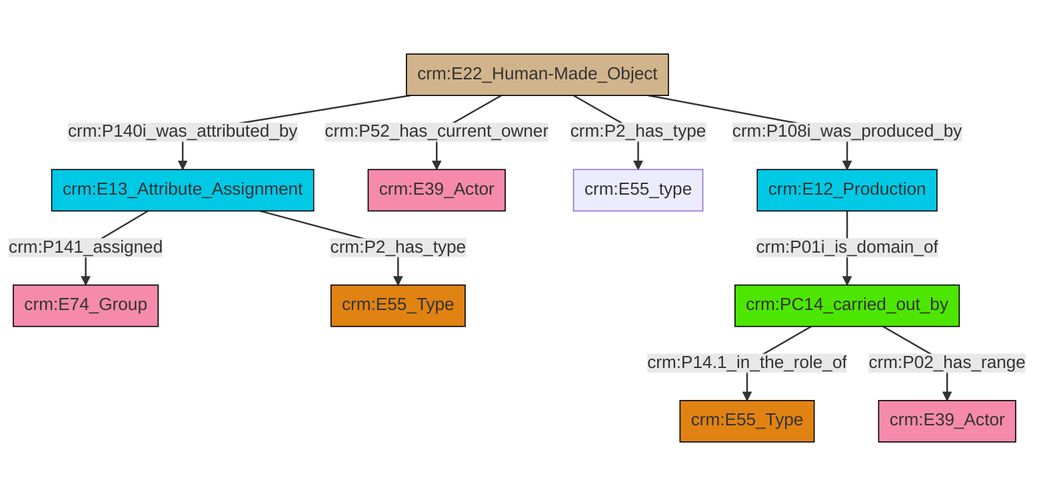
ncarboni/srdm keeps this Mermaid diagram as et/builtWorkCSV/ttl/mmd/png/Built_Work_actor_relations.png. Above is the earlier version. Its source is kept beside it as et/builtWorkCSV/ttl/mmd/Built_Work_actor_relations.ttl.mmd.
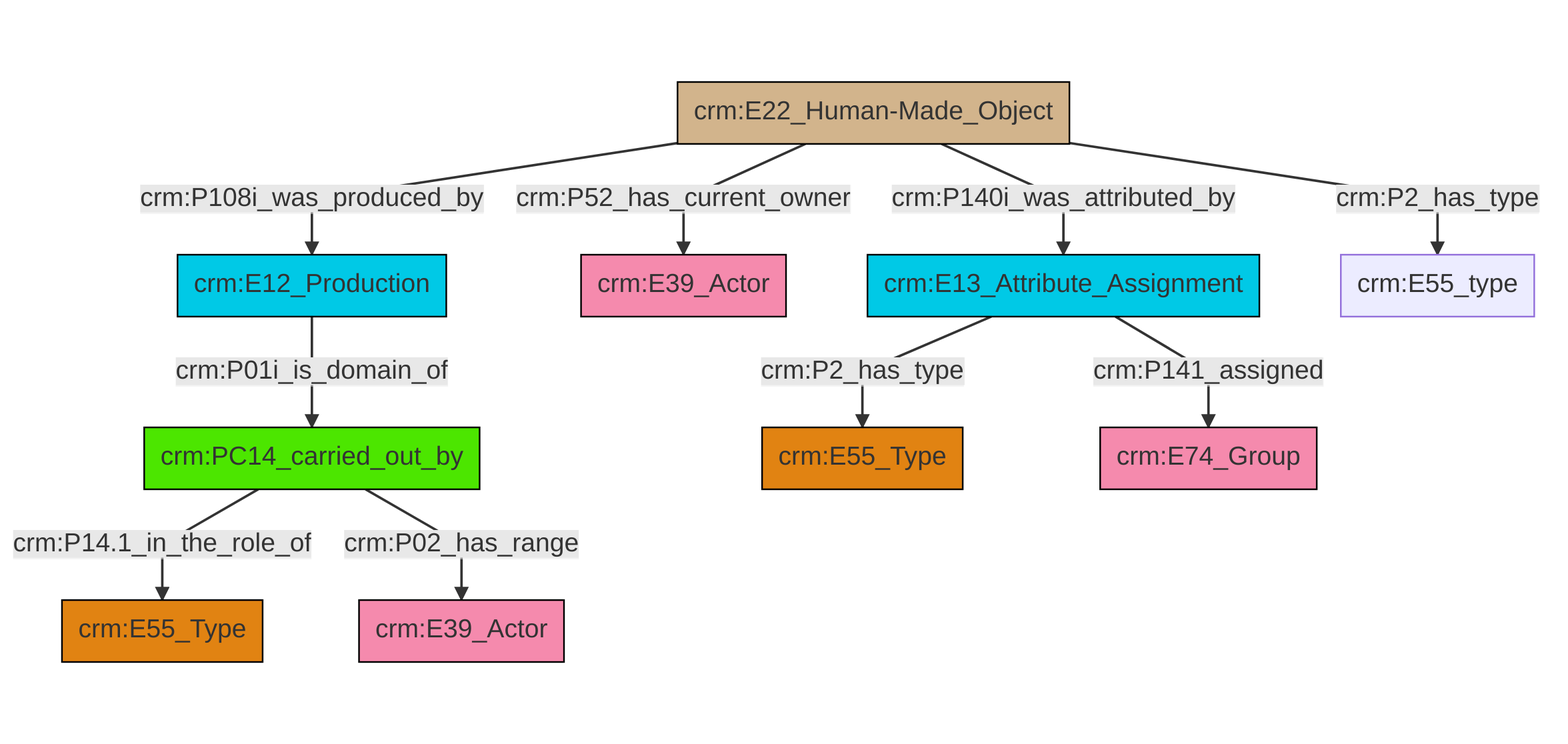
The same file after the commit.

The edit, as a diff of the source:
```diff
@@ -13,12 +13,12 @@
 classDef PC_Classes fill:#4ce600, stroke:#000000;
 classDef Multi fill:#cccccc,stroke:#000000;
 
-2["crm:E22_Human-Made_Object"]:::Physical_Thing -->|crm:P140i_was_attributed_by| 3["crm:E13_Attribute_Assignment"]:::Temporal_Entity
-2["crm:E22_Human-Made_Object"]:::Physical_Thing -->|crm:P52_has_current_owner| 4["crm:E39_Actor"]:::Actor
-2["crm:E22_Human-Made_Object"]:::Physical_Thing -->|crm:P2_has_type| 7["crm:E55_type"]:::Default
-5["crm:E12_Production"]:::Temporal_Entity -->|crm:P01i_is_domain_of| 8["crm:PC14_carried_out_by"]:::PC_Classes
-2["crm:E22_Human-Made_Object"]:::Physical_Thing -->|crm:P108i_was_produced_by| 5["crm:E12_Production"]:::Temporal_Entity
-3["crm:E13_Attribute_Assignment"]:::Temporal_Entity -->|crm:P141_assigned| 13["crm:E74_Group"]:::Actor
-8["crm:PC14_carried_out_by"]:::PC_Classes -->|crm:P14.1_in_the_role_of| 15["crm:E55_Type"]:::Type
-3["crm:E13_Attribute_Assignment"]:::Temporal_Entity -->|crm:P2_has_type| 0["crm:E55_Type"]:::Type
-8["crm:PC14_carried_out_by"]:::PC_Classes -->|crm:P02_has_range| 9["crm:E39_Actor"]:::Actor
+2["crm:PC14_carried_out_by"]:::PC_Classes -->|crm:P14.1_in_the_role_of| 3["crm:E55_Type"]:::Type
+4["crm:E12_Production"]:::Temporal_Entity -->|crm:P01i_is_domain_of| 2["crm:PC14_carried_out_by"]:::PC_Classes
+0["crm:E22_Human-Made_Object"]:::Physical_Thing -->|crm:P52_has_current_owner| 5["crm:E39_Actor"]:::Actor
+0["crm:E22_Human-Made_Object"]:::Physical_Thing -->|crm:P108i_was_produced_by| 4["crm:E12_Production"]:::Temporal_Entity
+0["crm:E22_Human-Made_Object"]:::Physical_Thing -->|crm:P2_has_type| 8["crm:E55_type"]:::Default
+6["crm:E13_Attribute_Assignment"]:::Temporal_Entity -->|crm:P2_has_type| 9["crm:E55_Type"]:::Type
+0["crm:E22_Human-Made_Object"]:::Physical_Thing -->|crm:P140i_was_attributed_by| 6["crm:E13_Attribute_Assignment"]:::Temporal_Entity
+2["crm:PC14_carried_out_by"]:::PC_Classes -->|crm:P02_has_range| 15["crm:E39_Actor"]:::Actor
+6["crm:E13_Attribute_Assignment"]:::Temporal_Entity -->|crm:P141_assigned| 11["crm:E74_Group"]:::Actor
```
